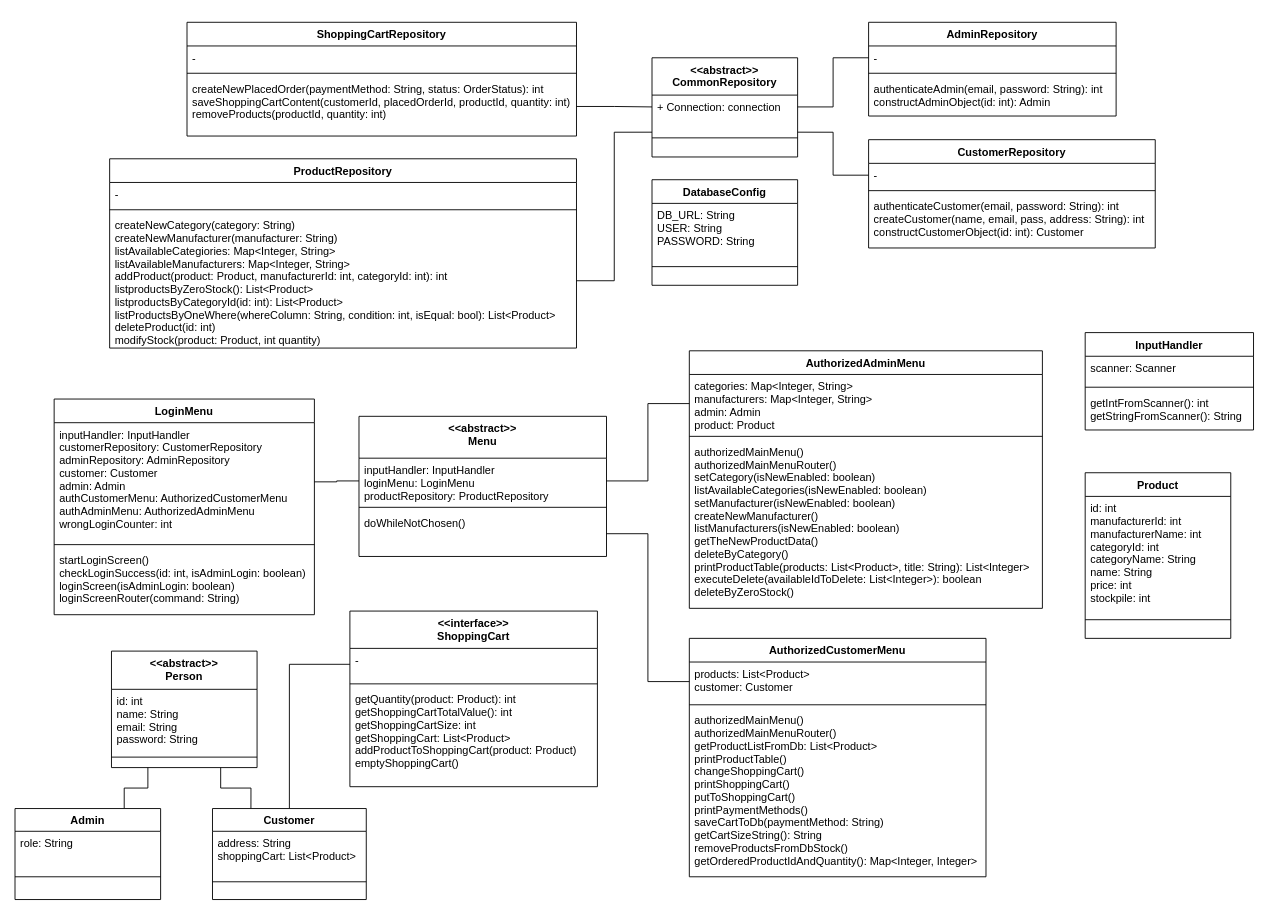
Earlier version of the draw.io diagram Untitled Diagram.drawio (ati911/proba). Source tidied: cells renumbered, new cells numbered last; positions are measured from the earlier drawing's top-left corner, leaving out a move shared by most shapes. Both pictures are drawn from the tidied source at 91%, with x=0, y=0 at pixel (15, 22).
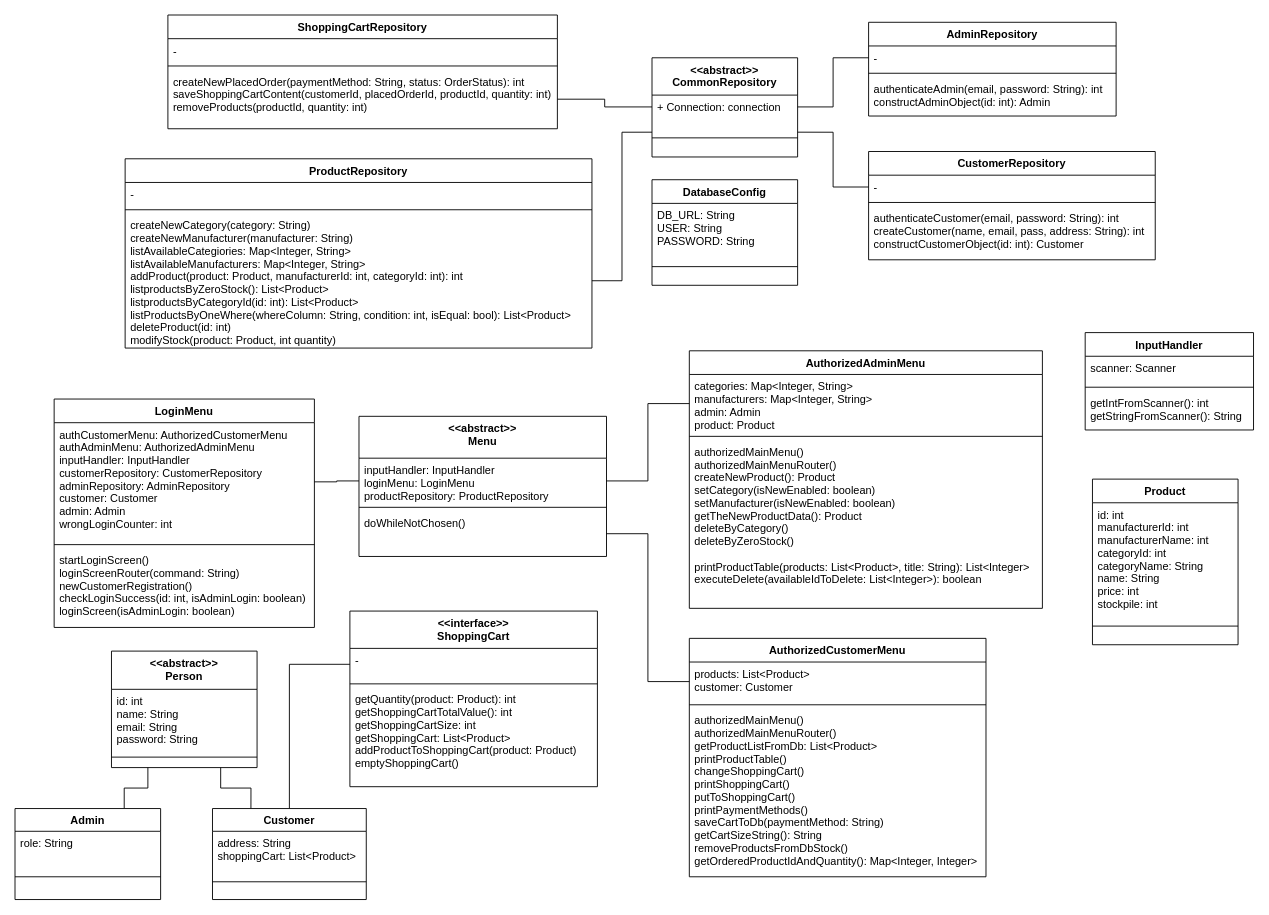
The same diagram, later.

Unchanged cells that the change refers to:
```xml
<mxCell id="60" value="AuthorizedAdminMenu" style="swimlane;fontStyle=1;align=center;verticalAlign=top;horizontal=1;startSize=26;" parent="1" vertex="1">
  <mxGeometry x="741" y="361" width="388" height="283" as="geometry" />
</mxCell>
```

Diff of the diagram source:
```diff
@@
     <mxCell id="6" value="CustomerRepository" style="swimlane;fontStyle=1;align=center;verticalAlign=top;horizontal=1;startSize=26;" parent="1" vertex="1">
-      <mxGeometry x="938" y="129" width="315" height="119" as="geometry" />
+      <mxGeometry x="938" y="142" width="315" height="119" as="geometry" />
     </mxCell>
@@
     <mxCell id="17" value="ProductRepository" style="swimlane;fontStyle=1;align=center;verticalAlign=top;horizontal=1;startSize=26;" parent="1" vertex="1">
-      <mxGeometry x="104" y="150" width="513" height="208" as="geometry" />
+      <mxGeometry x="121" y="150" width="513" height="208" as="geometry" />
     </mxCell>
@@
     <mxCell id="21" value="ShoppingCartRepository" style="swimlane;fontStyle=1;align=center;verticalAlign=top;horizontal=1;startSize=26;" parent="1" vertex="1">
-      <mxGeometry x="189" width="428" height="125" as="geometry" />
+      <mxGeometry x="168" y="-8" width="428" height="125" as="geometry" />
     </mxCell>
@@
     <mxCell id="37" value="Product" style="swimlane;fontStyle=1;align=center;verticalAlign=top;horizontal=1;startSize=26;" parent="1" vertex="1">
-      <mxGeometry x="1176" y="495" width="160" height="182" as="geometry" />
+      <mxGeometry x="1184" y="502" width="160" height="182" as="geometry" />
     </mxCell>
@@
     <mxCell id="48" value="LoginMenu" style="swimlane;fontStyle=1;align=center;verticalAlign=top;horizontal=1;startSize=26;" parent="1" vertex="1">
-      <mxGeometry x="43" y="414" width="286" height="237" as="geometry" />
+      <mxGeometry x="43" y="414" width="286" height="251" as="geometry" />
     </mxCell>
-    <mxCell id="49" value="inputHandler: InputHandler&#10;customerRepository: CustomerRepository&#10;adminRepository: AdminRepository&#10;customer: Customer&#10;admin: Admin&#10;authCustomerMenu: AuthorizedCustomerMenu&#10;authAdminMenu: AuthorizedAdminMenu&#10;wrongLoginCounter: int" style="text;strokeColor=none;fillColor=none;align=left;verticalAlign=top;spacingLeft=4;spacingRight=4;overflow=hidden;points=[[0,0.5],[1,0.5]];portConstraint=eastwest;" parent="48" vertex="1">
+    <mxCell id="49" value="authCustomerMenu: AuthorizedCustomerMenu&#10;authAdminMenu: AuthorizedAdminMenu&#10;inputHandler: InputHandler&#10;customerRepository: CustomerRepository&#10;adminRepository: AdminRepository&#10;customer: Customer&#10;admin: Admin&#10;wrongLoginCounter: int" style="text;strokeColor=none;fillColor=none;align=left;verticalAlign=top;spacingLeft=4;spacingRight=4;overflow=hidden;points=[[0,0.5],[1,0.5]];portConstraint=eastwest;" parent="48" vertex="1">
       <mxGeometry y="26" width="286" height="130" as="geometry" />
     </mxCell>
@@
-    <mxCell id="51" value="startLoginScreen()&#10;checkLoginSuccess(id: int, isAdminLogin: boolean)&#10;loginScreen(isAdminLogin: boolean)&#10;loginScreenRouter(command: String)" style="text;strokeColor=none;fillColor=none;align=left;verticalAlign=top;spacingLeft=4;spacingRight=4;overflow=hidden;" parent="48" vertex="1">
-      <mxGeometry y="164" width="286" height="73" as="geometry" />
+    <mxCell id="51" value="startLoginScreen()&#10;loginScreenRouter(command: String)&#10;newCustomerRegistration()&#10;checkLoginSuccess(id: int, isAdminLogin: boolean)&#10;loginScreen(isAdminLogin: boolean)&#10;" style="text;strokeColor=none;fillColor=none;align=left;verticalAlign=top;spacingLeft=4;spacingRight=4;overflow=hidden;" parent="48" vertex="1">
+      <mxGeometry y="164" width="286" height="87" as="geometry" />
     </mxCell>
@@
-    <mxCell id="63" value="authorizedMainMenu()&#10;authorizedMainMenuRouter()&#10;setCategory(isNewEnabled: boolean)&#10;listAvailableCategories(isNewEnabled: boolean)&#10;setManufacturer(isNewEnabled: boolean)&#10;createNewManufacturer()&#10;listManufacturers(isNewEnabled: boolean)&#10;getTheNewProductData()&#10;deleteByCategory()&#10;printProductTable(products: List&lt;Product&gt;, title: String): List&lt;Integer&gt;&#10;executeDelete(availableIdToDelete: List&lt;Integer&gt;): boolean&#10;deleteByZeroStock()" style="text;strokeColor=none;fillColor=none;align=left;verticalAlign=top;spacingLeft=4;spacingRight=4;overflow=hidden;" parent="60" vertex="1">
+    <mxCell id="63" value="authorizedMainMenu()&#10;authorizedMainMenuRouter()&#10;createNewProduct(): Product&#10;setCategory(isNewEnabled: boolean)&#10;setManufacturer(isNewEnabled: boolean)&#10;getTheNewProductData(): Product&#10;deleteByCategory()&#10;deleteByZeroStock()&#10;&#10;printProductTable(products: List&lt;Product&gt;, title: String): List&lt;Integer&gt;&#10;executeDelete(availableIdToDelete: List&lt;Integer&gt;): boolean&#10;" style="text;strokeColor=none;fillColor=none;align=left;verticalAlign=top;spacingLeft=4;spacingRight=4;overflow=hidden;" parent="60" vertex="1">
       <mxGeometry y="98" width="388" height="185" as="geometry" />
     </mxCell>
```
